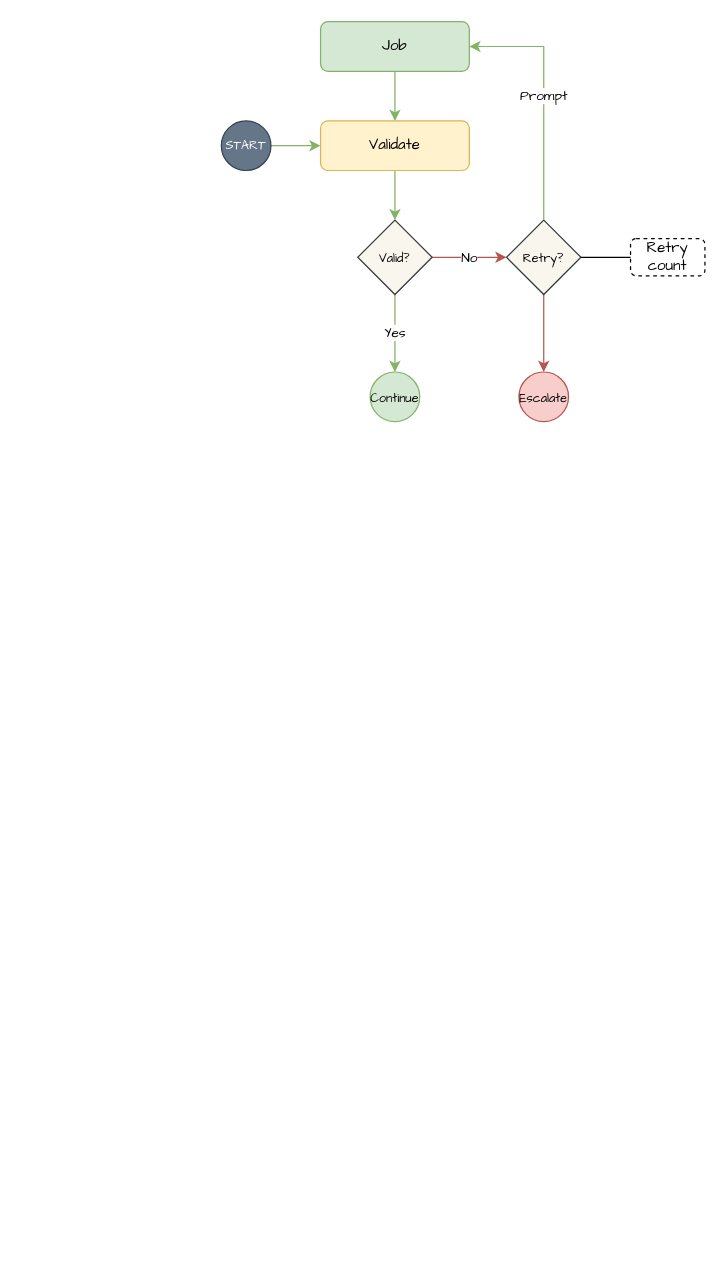
Above: page "Page-3" (2 of 7) of ballet.drawio in isinisalo/ballet (draw.io), before the change. Source tidied: cells renumbered, new cells numbered last; positions are measured from the earlier drawing's top-left corner, leaving out a move shared by most shapes. Both pictures are drawn from the tidied source at 124%, with x=0, y=0 at pixel (221, 21).
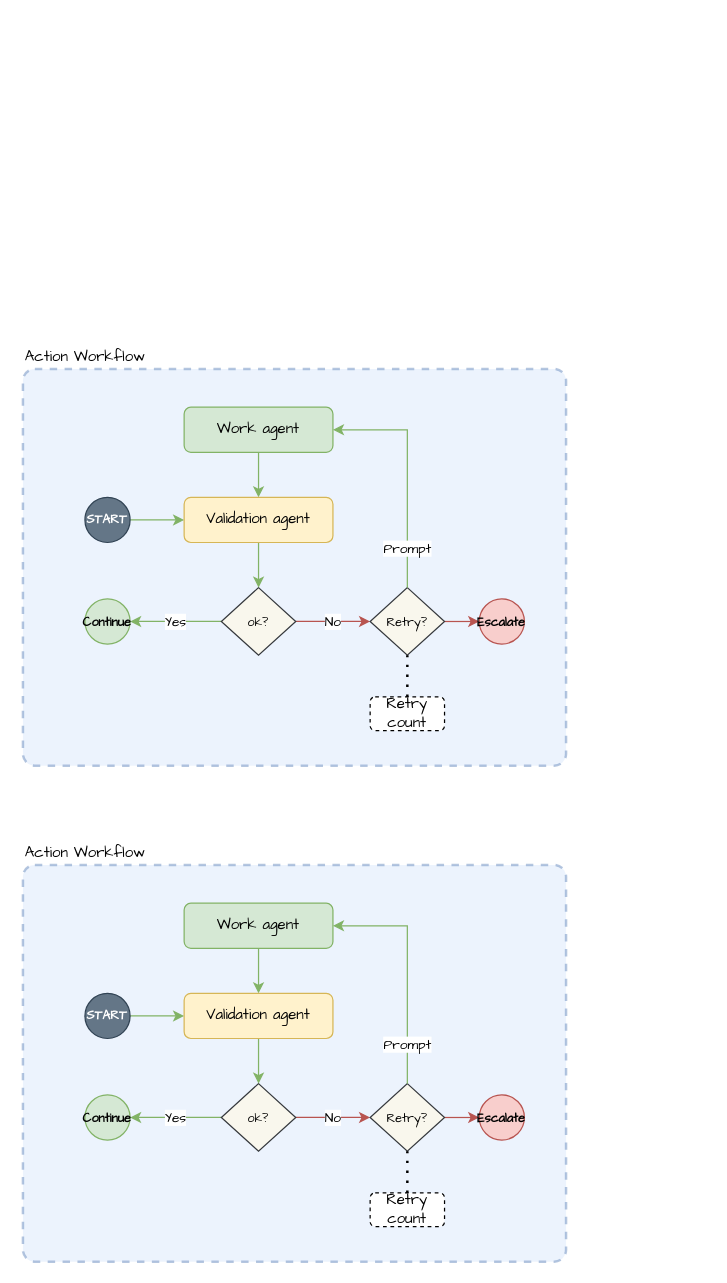
Above is the later version.

Diff of the diagram source:
```diff
@@
-    <mxCell id="2" style="edgeStyle=orthogonalEdgeStyle;rounded=0;hachureGap=4;jettySize=auto;html=1;fontFamily=Architects Daughter;fillColor=#d5e8d4;strokeColor=#82b366;" parent="1" edge="1" source="3" target="16">
-      <mxGeometry relative="1" as="geometry" />
-    </mxCell>
-    <mxCell id="3" value="Job" style="rounded=1;whiteSpace=wrap;html=1;hachureGap=4;fontFamily=Architects Daughter;fillColor=#d5e8d4;strokeColor=#82b366;" parent="1" vertex="1">
-      <mxGeometry x="80" width="120" height="40" as="geometry" />
-    </mxCell>
-    <mxCell id="4" value="No" style="edgeStyle=orthogonalEdgeStyle;rounded=0;hachureGap=4;jettySize=auto;html=1;fontFamily=Architects Daughter;fillColor=#f8cecc;strokeColor=#b85450;" parent="1" edge="1" source="6" target="8">
-      <mxGeometry relative="1" as="geometry" />
-    </mxCell>
-    <mxCell id="5" value="Yes" style="edgeStyle=orthogonalEdgeStyle;rounded=0;hachureGap=4;jettySize=auto;html=1;fontFamily=Architects Daughter;fillColor=#d5e8d4;strokeColor=#82b366;" parent="1" edge="1" source="6" target="13">
-      <mxGeometry relative="1" as="geometry" />
-    </mxCell>
-    <mxCell id="6" value="Valid?" style="rhombus;whiteSpace=wrap;html=1;hachureGap=4;fontFamily=Architects Daughter;fontSize=10;fillColor=#f9f7ed;strokeColor=#36393d;" parent="1" vertex="1">
-      <mxGeometry x="110" y="160" width="60" height="60" as="geometry" />
-    </mxCell>
-    <mxCell id="7" style="edgeStyle=orthogonalEdgeStyle;rounded=0;hachureGap=4;jettySize=auto;html=1;fontFamily=Architects Daughter;fillColor=#f8cecc;strokeColor=#b85450;" parent="1" edge="1" source="8">
-      <mxGeometry relative="1" as="geometry">
-        <mxPoint x="260" y="282.5" as="targetPoint" />
-      </mxGeometry>
-    </mxCell>
-    <mxCell id="8" value="Retry?" style="rhombus;whiteSpace=wrap;html=1;hachureGap=4;fontFamily=Architects Daughter;fontSize=10;fillColor=#f9f7ed;strokeColor=#36393d;" parent="1" vertex="1">
-      <mxGeometry x="230" y="160" width="60" height="60" as="geometry" />
-    </mxCell>
-    <mxCell id="9" value="Retry count" style="rounded=1;whiteSpace=wrap;html=1;hachureGap=4;fontFamily=Architects Daughter;dashed=1;" parent="1" vertex="1">
-      <mxGeometry x="330" y="175" width="60" height="30" as="geometry" />
-    </mxCell>
-    <mxCell id="10" style="endArrow=none;html=1;rounded=0;hachureGap=4;fontFamily=Architects Daughter;exitX=0;exitY=0.5;exitDx=0;exitDy=0;entryX=1;entryY=0.5;entryDx=0;entryDy=0;" parent="1" edge="1" source="9" target="8">
-      <mxGeometry relative="1" as="geometry" />
-    </mxCell>
-    <mxCell id="11" style="edgeStyle=orthogonalEdgeStyle;rounded=0;hachureGap=4;jettySize=auto;html=1;fontFamily=Architects Daughter;fillColor=#d5e8d4;strokeColor=#82b366;" parent="1" edge="1" source="12" target="16">
-      <mxGeometry relative="1" as="geometry" />
-    </mxCell>
-    <mxCell id="12" value="&lt;font style=&quot;font-size: 10px;&quot;&gt;START&lt;/font&gt;" style="ellipse;whiteSpace=wrap;html=1;hachureGap=4;fontFamily=Architects Daughter;fillColor=#647687;fontColor=#ffffff;strokeColor=#314354;" parent="1" vertex="1">
-      <mxGeometry y="80" width="40" height="40" as="geometry" />
-    </mxCell>
-    <mxCell id="13" value="Continue" style="ellipse;whiteSpace=wrap;html=1;hachureGap=4;fontFamily=Architects Daughter;fillColor=#d5e8d4;strokeColor=#82b366;fontSize=10;" parent="1" vertex="1">
-      <mxGeometry x="120" y="282.5" width="40" height="40" as="geometry" />
-    </mxCell>
-    <mxCell id="14" value="Escalate" style="ellipse;whiteSpace=wrap;html=1;hachureGap=4;fontFamily=Architects Daughter;fillColor=#f8cecc;strokeColor=#b85450;fontSize=10;" parent="1" vertex="1">
-      <mxGeometry x="240" y="282.5" width="40" height="40" as="geometry" />
-    </mxCell>
-    <mxCell id="15" style="edgeStyle=orthogonalEdgeStyle;rounded=0;hachureGap=4;jettySize=auto;html=1;fontFamily=Architects Daughter;fillColor=#d5e8d4;strokeColor=#82b366;" parent="1" edge="1" source="16" target="6">
-      <mxGeometry relative="1" as="geometry" />
-    </mxCell>
-    <mxCell id="16" value="Validate" style="rounded=1;whiteSpace=wrap;html=1;hachureGap=4;fontFamily=Architects Daughter;fillColor=#fff2cc;strokeColor=#d6b656;" parent="1" vertex="1">
-      <mxGeometry x="80" y="80" width="120" height="40" as="geometry" />
-    </mxCell>
-    <mxCell id="17" value="Prompt" style="endArrow=classic;html=1;rounded=0;hachureGap=4;fontFamily=Architects Daughter;entryX=1;entryY=0.5;entryDx=0;entryDy=0;exitX=0.5;exitY=0;exitDx=0;exitDy=0;fillColor=#d5e8d4;strokeColor=#82b366;" parent="1" edge="1" source="8" target="3">
-      <mxGeometry relative="1" as="geometry">
-        <Array as="points">
-          <mxPoint x="260" y="100" />
-          <mxPoint x="260" y="20" />
-        </Array>
-      </mxGeometry>
-    </mxCell>
+    <mxCell id="18" style="group;" parent="1" vertex="1">
+      <mxGeometry x="-160" y="680" width="438" height="320" as="geometry" />
+    </mxCell>
+    <mxCell id="19" value="Action Workflow" style="rounded=1;whiteSpace=wrap;html=1;hachureGap=4;fontFamily=Architects Daughter;fillColor=#dae8fc;dashed=1;arcSize=3;strokeColor=#6c8ebf;opacity=50;strokeWidth=2;labelPosition=center;verticalLabelPosition=top;align=left;verticalAlign=bottom;" parent="18" vertex="1">
+      <mxGeometry width="438" height="320" as="geometry" />
+    </mxCell>
+    <mxCell id="20" style="edgeStyle=orthogonalEdgeStyle;rounded=0;hachureGap=4;jettySize=auto;html=1;fontFamily=Architects Daughter;fillColor=#d5e8d4;strokeColor=#82b366;" parent="18" edge="1" source="21" target="33">
+      <mxGeometry relative="1" as="geometry" />
+    </mxCell>
+    <mxCell id="21" value="Work agent" style="rounded=1;whiteSpace=wrap;html=1;hachureGap=4;fontFamily=Architects Daughter;fillColor=#d5e8d4;strokeColor=#82b366;" parent="18" vertex="1">
+      <mxGeometry x="130" y="30.9" width="120" height="36.4" as="geometry" />
+    </mxCell>
+    <mxCell id="22" value="No" style="edgeStyle=orthogonalEdgeStyle;rounded=0;hachureGap=4;jettySize=auto;html=1;fontFamily=Architects Daughter;fillColor=#f8cecc;strokeColor=#b85450;" parent="18" edge="1" source="24" target="26">
+      <mxGeometry relative="1" as="geometry" />
+    </mxCell>
+    <mxCell id="23" value="Yes" style="edgeStyle=orthogonalEdgeStyle;rounded=0;hachureGap=4;jettySize=auto;html=1;fontFamily=Architects Daughter;fillColor=#d5e8d4;strokeColor=#82b366;" parent="18" edge="1" source="24" target="30">
+      <mxGeometry relative="1" as="geometry" />
+    </mxCell>
+    <mxCell id="24" value="ok?" style="rhombus;whiteSpace=wrap;html=1;hachureGap=4;fontFamily=Architects Daughter;fontSize=10;fillColor=#f9f7ed;strokeColor=#36393d;" parent="18" vertex="1">
+      <mxGeometry x="160" y="176.4" width="60" height="54.5" as="geometry" />
+    </mxCell>
+    <mxCell id="25" style="edgeStyle=orthogonalEdgeStyle;rounded=0;hachureGap=4;jettySize=auto;html=1;fontFamily=Architects Daughter;fillColor=#f8cecc;strokeColor=#b85450;entryX=0;entryY=0.5;entryDx=0;entryDy=0;" parent="18" edge="1" source="26" target="31">
+      <mxGeometry relative="1" as="geometry" />
+    </mxCell>
+    <mxCell id="26" value="Retry?" style="rhombus;whiteSpace=wrap;html=1;hachureGap=4;fontFamily=Architects Daughter;fontSize=10;fillColor=#f9f7ed;strokeColor=#36393d;" parent="18" vertex="1">
+      <mxGeometry x="280" y="176.4" width="60" height="54.5" as="geometry" />
+    </mxCell>
+    <mxCell id="27" value="Retry count" style="rounded=1;whiteSpace=wrap;html=1;hachureGap=4;fontFamily=Architects Daughter;dashed=1;" parent="18" vertex="1">
+      <mxGeometry x="280" y="264.5" width="60" height="27.3" as="geometry" />
+    </mxCell>
+    <mxCell id="28" style="edgeStyle=orthogonalEdgeStyle;rounded=0;hachureGap=4;jettySize=auto;html=1;fontFamily=Architects Daughter;fillColor=#d5e8d4;strokeColor=#82b366;" parent="18" edge="1" source="29" target="33">
+      <mxGeometry relative="1" as="geometry" />
+    </mxCell>
+    <mxCell id="29" value="&lt;font style=&quot;font-size: 10px;&quot;&gt;START&lt;/font&gt;" style="ellipse;whiteSpace=wrap;html=1;hachureGap=4;fontFamily=Architects Daughter;fillColor=#647687;fontColor=#ffffff;strokeColor=#314354;fontStyle=1;" parent="18" vertex="1">
+      <mxGeometry x="50" y="103.6" width="36.4" height="36.4" as="geometry" />
+    </mxCell>
+    <mxCell id="30" value="Continue" style="ellipse;whiteSpace=wrap;html=1;hachureGap=4;fontFamily=Architects Daughter;fillColor=#d5e8d4;strokeColor=#82b366;fontSize=10;fontStyle=1;" parent="18" vertex="1">
+      <mxGeometry x="50" y="185.5" width="36.4" height="36.4" as="geometry" />
+    </mxCell>
+    <mxCell id="31" value="Escalate" style="ellipse;whiteSpace=wrap;html=1;hachureGap=4;fontFamily=Architects Daughter;fillColor=#f8cecc;strokeColor=#b85450;fontSize=10;fontStyle=1;" parent="18" vertex="1">
+      <mxGeometry x="368" y="185.5" width="36.4" height="36.4" as="geometry" />
+    </mxCell>
+    <mxCell id="32" style="edgeStyle=orthogonalEdgeStyle;rounded=0;hachureGap=4;jettySize=auto;html=1;fontFamily=Architects Daughter;fillColor=#d5e8d4;strokeColor=#82b366;" parent="18" edge="1" source="33" target="24">
+      <mxGeometry relative="1" as="geometry" />
+    </mxCell>
+    <mxCell id="33" value="Validation agent" style="rounded=1;whiteSpace=wrap;html=1;hachureGap=4;fontFamily=Architects Daughter;fillColor=#fff2cc;strokeColor=#d6b656;" parent="18" vertex="1">
+      <mxGeometry x="130" y="103.6" width="120" height="36.4" as="geometry" />
+    </mxCell>
+    <mxCell id="34" value="Prompt" style="endArrow=classic;html=1;rounded=0;hachureGap=4;fontFamily=Architects Daughter;entryX=1;entryY=0.5;entryDx=0;entryDy=0;exitX=0.5;exitY=0;exitDx=0;exitDy=0;fillColor=#d5e8d4;strokeColor=#82b366;verticalAlign=bottom;" parent="18" edge="1" source="26" target="21">
+      <mxGeometry x="-0.77" relative="1" as="geometry">
+        <Array as="points">
+          <mxPoint x="310" y="121.8" />
+          <mxPoint x="310" y="49.1" />
+        </Array>
+      </mxGeometry>
+    </mxCell>
+    <mxCell id="35" style="endArrow=none;dashed=1;html=1;dashPattern=1 3;strokeWidth=2;rounded=0;hachureGap=4;fontFamily=Architects Daughter;exitX=0.5;exitY=0;exitDx=0;exitDy=0;entryX=0.5;entryY=1;entryDx=0;entryDy=0;" parent="18" edge="1" source="27" target="26">
+      <mxGeometry relative="1" as="geometry" />
+    </mxCell>
+    <mxCell id="36" value="Action Workflow" style="rounded=1;whiteSpace=wrap;html=1;hachureGap=4;fontFamily=Architects Daughter;fillColor=#dae8fc;dashed=1;arcSize=3;strokeColor=#6c8ebf;opacity=50;strokeWidth=2;labelPosition=center;verticalLabelPosition=top;align=left;verticalAlign=bottom;" parent="1" vertex="1">
+      <mxGeometry x="-160" y="280" width="438" height="320" as="geometry" />
+    </mxCell>
+    <mxCell id="37" style="edgeStyle=orthogonalEdgeStyle;rounded=0;hachureGap=4;jettySize=auto;html=1;fontFamily=Architects Daughter;fillColor=#d5e8d4;strokeColor=#82b366;" parent="1" edge="1" source="38" target="50">
+      <mxGeometry relative="1" as="geometry" />
+    </mxCell>
+    <mxCell id="38" value="Work agent" style="rounded=1;whiteSpace=wrap;html=1;hachureGap=4;fontFamily=Architects Daughter;fillColor=#d5e8d4;strokeColor=#82b366;" parent="1" vertex="1">
+      <mxGeometry x="-30" y="310.9" width="120" height="36.4" as="geometry" />
+    </mxCell>
+    <mxCell id="39" value="No" style="edgeStyle=orthogonalEdgeStyle;rounded=0;hachureGap=4;jettySize=auto;html=1;fontFamily=Architects Daughter;fillColor=#f8cecc;strokeColor=#b85450;" parent="1" edge="1" source="41" target="43">
+      <mxGeometry relative="1" as="geometry" />
+    </mxCell>
+    <mxCell id="40" value="Yes" style="edgeStyle=orthogonalEdgeStyle;rounded=0;hachureGap=4;jettySize=auto;html=1;fontFamily=Architects Daughter;fillColor=#d5e8d4;strokeColor=#82b366;" parent="1" edge="1" source="41" target="47">
+      <mxGeometry relative="1" as="geometry" />
+    </mxCell>
+    <mxCell id="41" value="ok?" style="rhombus;whiteSpace=wrap;html=1;hachureGap=4;fontFamily=Architects Daughter;fontSize=10;fillColor=#f9f7ed;strokeColor=#36393d;" parent="1" vertex="1">
+      <mxGeometry y="456.4" width="60" height="54.5" as="geometry" />
+    </mxCell>
+    <mxCell id="42" style="edgeStyle=orthogonalEdgeStyle;rounded=0;hachureGap=4;jettySize=auto;html=1;fontFamily=Architects Daughter;fillColor=#f8cecc;strokeColor=#b85450;entryX=0;entryY=0.5;entryDx=0;entryDy=0;" parent="1" edge="1" source="43" target="48">
+      <mxGeometry relative="1" as="geometry" />
+    </mxCell>
+    <mxCell id="43" value="Retry?" style="rhombus;whiteSpace=wrap;html=1;hachureGap=4;fontFamily=Architects Daughter;fontSize=10;fillColor=#f9f7ed;strokeColor=#36393d;" parent="1" vertex="1">
+      <mxGeometry x="120" y="456.4" width="60" height="54.5" as="geometry" />
+    </mxCell>
+    <mxCell id="44" value="Retry count" style="rounded=1;whiteSpace=wrap;html=1;hachureGap=4;fontFamily=Architects Daughter;dashed=1;" parent="1" vertex="1">
+      <mxGeometry x="120" y="544.5" width="60" height="27.3" as="geometry" />
+    </mxCell>
+    <mxCell id="45" style="edgeStyle=orthogonalEdgeStyle;rounded=0;hachureGap=4;jettySize=auto;html=1;fontFamily=Architects Daughter;fillColor=#d5e8d4;strokeColor=#82b366;" parent="1" edge="1" source="46" target="50">
+      <mxGeometry relative="1" as="geometry" />
+    </mxCell>
+    <mxCell id="46" value="&lt;font style=&quot;font-size: 10px;&quot;&gt;START&lt;/font&gt;" style="ellipse;whiteSpace=wrap;html=1;hachureGap=4;fontFamily=Architects Daughter;fillColor=#647687;fontColor=#ffffff;strokeColor=#314354;fontStyle=1;" parent="1" vertex="1">
+      <mxGeometry x="-110" y="383.6" width="36.4" height="36.4" as="geometry" />
+    </mxCell>
+    <mxCell id="47" value="Continue" style="ellipse;whiteSpace=wrap;html=1;hachureGap=4;fontFamily=Architects Daughter;fillColor=#d5e8d4;strokeColor=#82b366;fontSize=10;fontStyle=1;" parent="1" vertex="1">
+      <mxGeometry x="-110" y="465.5" width="36.4" height="36.4" as="geometry" />
+    </mxCell>
+    <mxCell id="48" value="Escalate" style="ellipse;whiteSpace=wrap;html=1;hachureGap=4;fontFamily=Architects Daughter;fillColor=#f8cecc;strokeColor=#b85450;fontSize=10;fontStyle=1;" parent="1" vertex="1">
+      <mxGeometry x="208" y="465.5" width="36.4" height="36.4" as="geometry" />
+    </mxCell>
+    <mxCell id="49" style="edgeStyle=orthogonalEdgeStyle;rounded=0;hachureGap=4;jettySize=auto;html=1;fontFamily=Architects Daughter;fillColor=#d5e8d4;strokeColor=#82b366;" parent="1" edge="1" source="50" target="41">
+      <mxGeometry relative="1" as="geometry" />
+    </mxCell>
+    <mxCell id="50" value="Validation agent" style="rounded=1;whiteSpace=wrap;html=1;hachureGap=4;fontFamily=Architects Daughter;fillColor=#fff2cc;strokeColor=#d6b656;" parent="1" vertex="1">
+      <mxGeometry x="-30" y="383.6" width="120" height="36.4" as="geometry" />
+    </mxCell>
+    <mxCell id="51" value="Prompt" style="endArrow=classic;html=1;rounded=0;hachureGap=4;fontFamily=Architects Daughter;entryX=1;entryY=0.5;entryDx=0;entryDy=0;exitX=0.5;exitY=0;exitDx=0;exitDy=0;fillColor=#d5e8d4;strokeColor=#82b366;verticalAlign=bottom;" parent="1" edge="1" source="43" target="38">
+      <mxGeometry x="-0.77" relative="1" as="geometry">
+        <Array as="points">
+          <mxPoint x="150" y="401.8" />
+          <mxPoint x="150" y="329.1" />
+        </Array>
+      </mxGeometry>
+    </mxCell>
+    <mxCell id="52" style="endArrow=none;dashed=1;html=1;dashPattern=1 3;strokeWidth=2;rounded=0;hachureGap=4;fontFamily=Architects Daughter;exitX=0.5;exitY=0;exitDx=0;exitDy=0;entryX=0.5;entryY=1;entryDx=0;entryDy=0;" parent="1" edge="1" source="44" target="43">
+      <mxGeometry relative="1" as="geometry" />
+    </mxCell>
```
